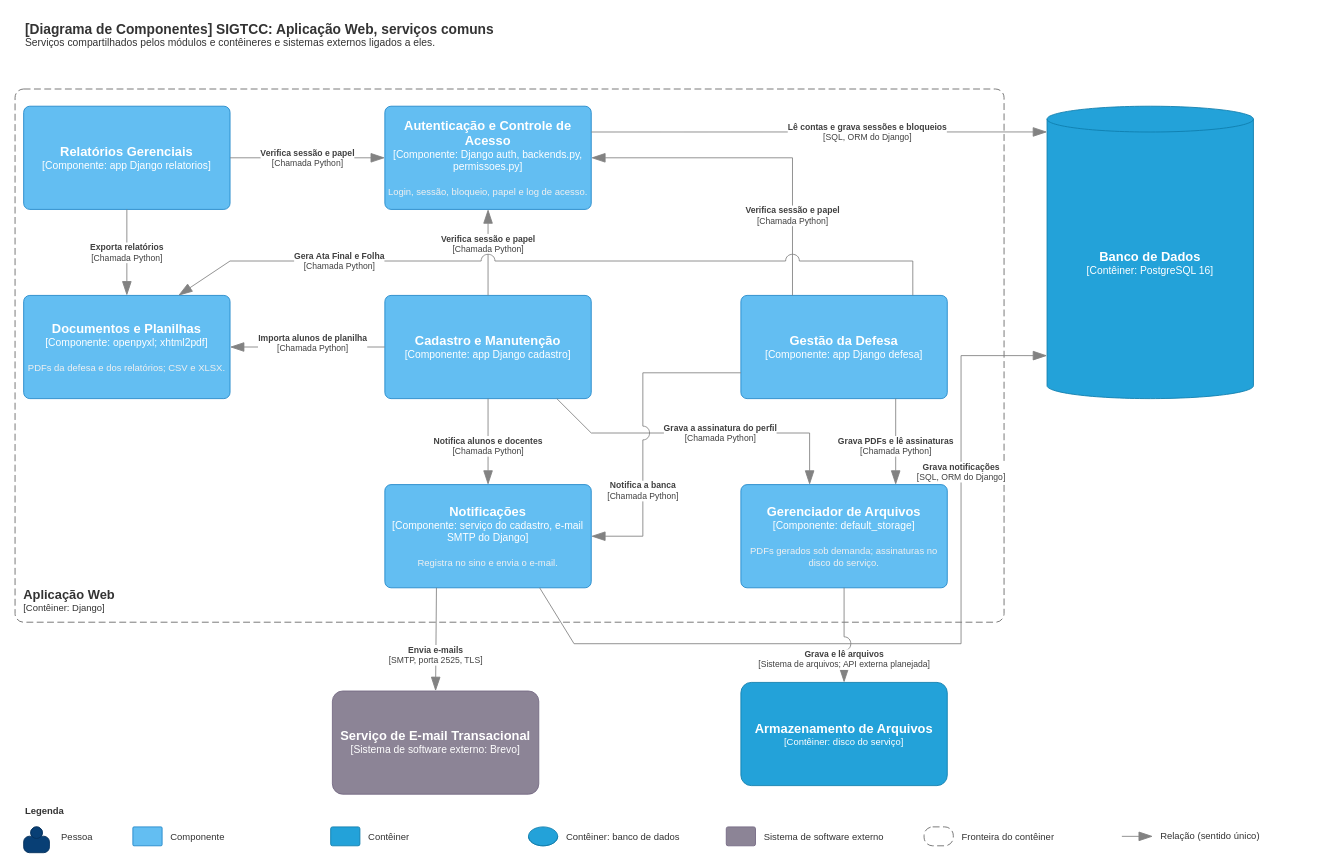
This is page "Componentes: serviços comuns" (2 of 2) of docs/arquitetura/Componentes_SIGTCC.drawio from celiobenj/SIGTCC, a draw.io file, before an edit. Source tidied: cells renumbered, new cells numbered last; positions are measured from the earlier drawing's top-left corner, leaving out a move shared by most shapes. Both pictures are drawn from the tidied source at 86%, with x=0, y=0 at pixel (15, 15).
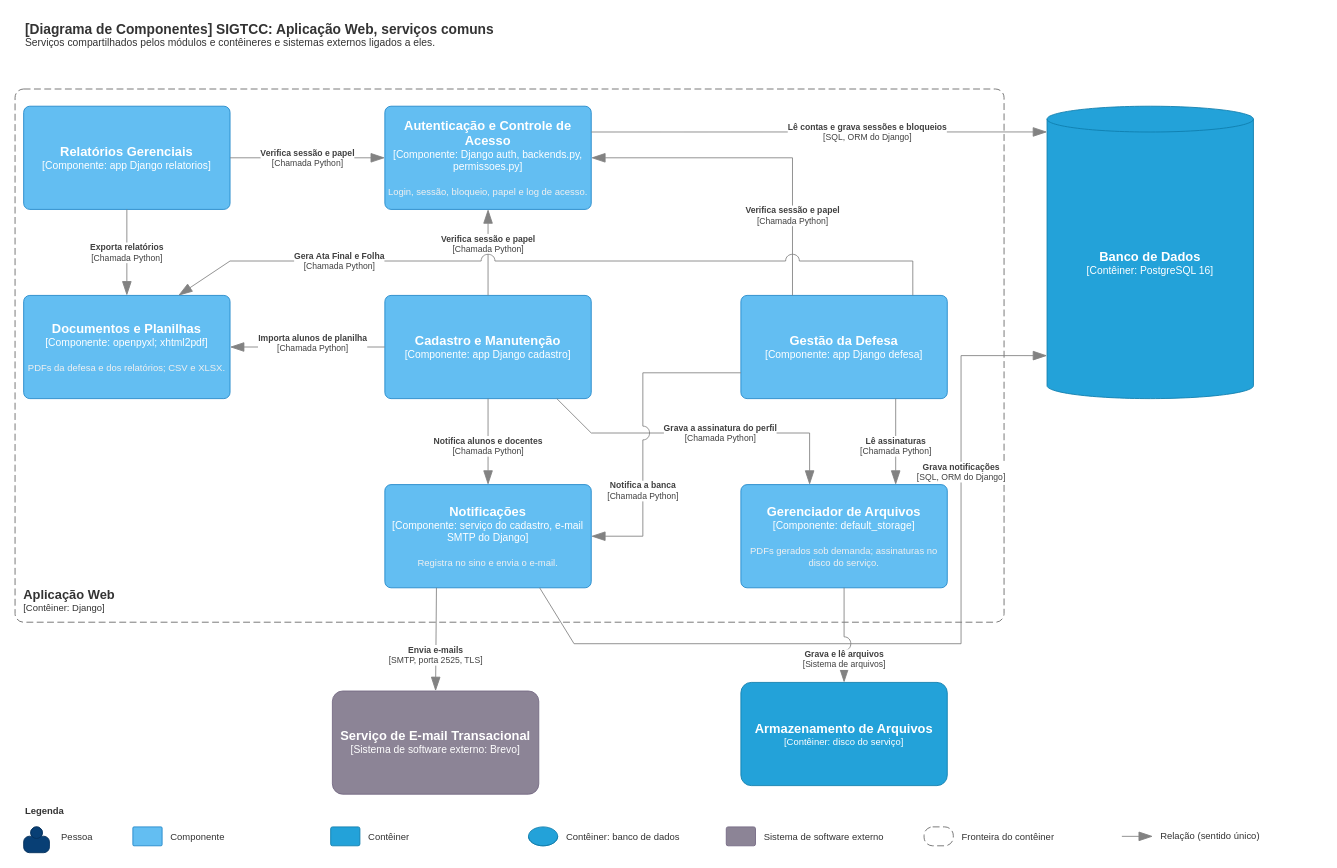
After the change.

Unchanged cells that the change refers to:
```xml
<mxCell id="8" value="&lt;font style=&quot;font-size:15px&quot;&gt;&lt;b&gt;Gestão da Defesa&lt;/b&gt;&lt;/font&gt;&lt;div&gt;[Componente: app Django defesa]&lt;/div&gt;" style="rounded=1;whiteSpace=wrap;html=1;labelBackgroundColor=none;fillColor=#63BEF2;fontColor=#ffffff;align=center;arcSize=6;strokeColor=#2086C9;" parent="1" vertex="1">
  <mxGeometry x="844" y="326" width="240" height="120" as="geometry" />
</mxCell>
<mxCell id="10" value="&lt;font style=&quot;font-size:15px&quot;&gt;&lt;b&gt;Gerenciador de Arquivos&lt;/b&gt;&lt;/font&gt;&lt;div&gt;[Componente: default_storage]&lt;/div&gt;&lt;br&gt;&lt;div&gt;&lt;font style=&quot;font-size:11px&quot; color=&quot;#F0F0F0&quot;&gt;PDFs gerados sob demanda; assinaturas no disco do serviço.&lt;/font&gt;&lt;/div&gt;" style="rounded=1;whiteSpace=wrap;html=1;labelBackgroundColor=none;fillColor=#63BEF2;fontColor=#ffffff;align=center;arcSize=6;strokeColor=#2086C9;" parent="1" vertex="1">
  <mxGeometry x="844" y="546" width="240" height="120" as="geometry" />
</mxCell>
<mxCell id="13" value="&lt;font style=&quot;font-size:15px&quot;&gt;&lt;b&gt;Armazenamento de Arquivos&lt;/b&gt;&lt;/font&gt;&lt;div&gt;[Contêiner: disco do serviço]&lt;/div&gt;" style="rounded=1;whiteSpace=wrap;html=1;fontSize=11;labelBackgroundColor=none;fillColor=#23A2D9;fontColor=#ffffff;align=center;arcSize=10;strokeColor=#0E7DAD;" parent="1" vertex="1">
  <mxGeometry x="844" y="776" width="240" height="120" as="geometry" />
</mxCell>
```

Change to the diagram source:
```diff
@@
-    <mxCell id="23" value="&lt;div style=&quot;text-align:center&quot;&gt;&lt;b&gt;Grava PDFs e lê assinaturas&lt;/b&gt;&lt;/div&gt;&lt;div style=&quot;text-align:center&quot;&gt;[Chamada Python]&lt;/div&gt;" style="endArrow=blockThin;html=1;fontSize=10;fontColor=#404040;strokeWidth=1;endFill=1;strokeColor=#828282;endSize=14;startSize=14;jumpStyle=arc;jumpSize=16;rounded=0;labelBackgroundColor=#FFFFFF;exitX=0.750;exitY=1.000;exitDx=0;exitDy=0;entryX=0.750;entryY=0.000;entryDx=0;entryDy=0;" parent="1" edge="1" source="8" target="10">
+    <mxCell id="23" value="&lt;div style=&quot;text-align:center&quot;&gt;&lt;b&gt;Lê assinaturas&lt;/b&gt;&lt;/div&gt;&lt;div style=&quot;text-align:center&quot;&gt;[Chamada Python]&lt;/div&gt;" style="endArrow=blockThin;html=1;fontSize=10;fontColor=#404040;strokeWidth=1;endFill=1;strokeColor=#828282;endSize=14;startSize=14;jumpStyle=arc;jumpSize=16;rounded=0;labelBackgroundColor=#FFFFFF;exitX=0.750;exitY=1.000;exitDx=0;exitDy=0;entryX=0.750;entryY=0.000;entryDx=0;entryDy=0;" parent="1" edge="1" source="8" target="10">
       <mxGeometry x="0.1" relative="1" as="geometry" />
     </mxCell>
@@
-    <mxCell id="27" value="&lt;div style=&quot;text-align:center&quot;&gt;&lt;b&gt;Grava e lê arquivos&lt;/b&gt;&lt;/div&gt;&lt;div style=&quot;text-align:center&quot;&gt;[Sistema de arquivos; API externa planejada]&lt;/div&gt;" style="endArrow=blockThin;html=1;fontSize=10;fontColor=#404040;strokeWidth=1;endFill=1;strokeColor=#828282;endSize=14;startSize=14;jumpStyle=arc;jumpSize=16;rounded=0;labelBackgroundColor=#FFFFFF;exitX=0.500;exitY=1.000;exitDx=0;exitDy=0;entryX=0.500;entryY=0.000;entryDx=0;entryDy=0;" parent="1" edge="1" source="10" target="13">
+    <mxCell id="27" value="&lt;div style=&quot;text-align:center&quot;&gt;&lt;b&gt;Grava e lê arquivos&lt;/b&gt;&lt;/div&gt;&lt;div style=&quot;text-align:center&quot;&gt;[Sistema de arquivos]&lt;/div&gt;" style="endArrow=blockThin;html=1;fontSize=10;fontColor=#404040;strokeWidth=1;endFill=1;strokeColor=#828282;endSize=14;startSize=14;jumpStyle=arc;jumpSize=16;rounded=0;labelBackgroundColor=#FFFFFF;exitX=0.500;exitY=1.000;exitDx=0;exitDy=0;entryX=0.500;entryY=0.000;entryDx=0;entryDy=0;" parent="1" edge="1" source="10" target="13">
       <mxGeometry x="0.5" relative="1" as="geometry" />
     </mxCell>
```
